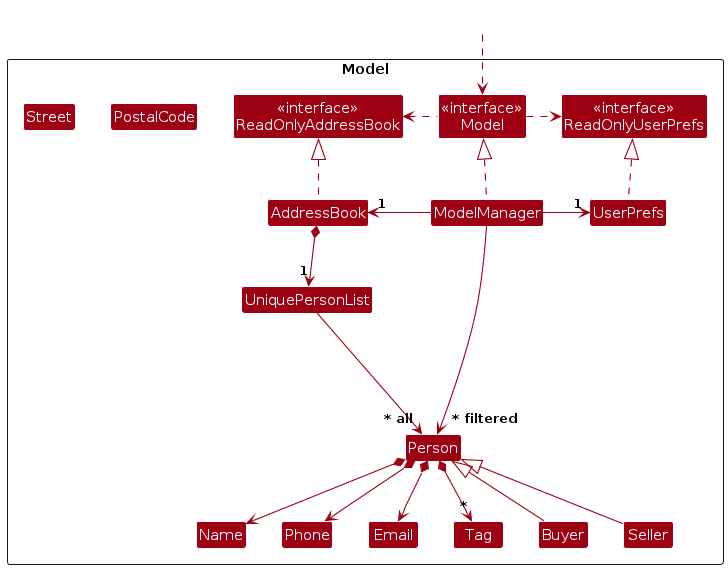
Above: diagrams/ModelClassDiagram.png in felixchanyy/tp (PlantUML), before the change. Its source is kept beside it as diagrams/ModelClassDiagram.puml. Source of this version:
```plantuml
@startuml
!include style.puml
skinparam arrowThickness 1.1
skinparam arrowColor MODEL_COLOR
skinparam classBackgroundColor MODEL_COLOR

Package Model as ModelPackage <<Rectangle>>{
Class "<<interface>>\nReadOnlyAddressBook" as ReadOnlyAddressBook
Class "<<interface>>\nReadOnlyUserPrefs" as ReadOnlyUserPrefs
Class "<<interface>>\nModel" as Model
Class AddressBook
Class ModelManager
Class UserPrefs

Class UniquePersonList
Class Person
Class Email
Class Name
Class Phone
Class Tag
Class PostalCode
Class Street
Class Buyer extends Person
Class Seller extends Person

Class I #FFFFFF
}

Class HiddenOutside #FFFFFF
HiddenOutside ..> Model

AddressBook .up.|> ReadOnlyAddressBook

ModelManager .up.|> Model
Model .right.> ReadOnlyUserPrefs
Model .left.> ReadOnlyAddressBook
ModelManager -left-> "1" AddressBook
ModelManager -right-> "1" UserPrefs
UserPrefs .up.|> ReadOnlyUserPrefs

AddressBook *--> "1" UniquePersonList
UniquePersonList --> "~* all" Person
Person *--> Name
Person *--> Phone
Person *--> Email
Person *--> "*" Tag

Person -[hidden]up--> I
UniquePersonList -[hidden]right-> I

Name -[hidden]right-> Phone

ModelManager --> "~* filtered" Person
@enduml
```
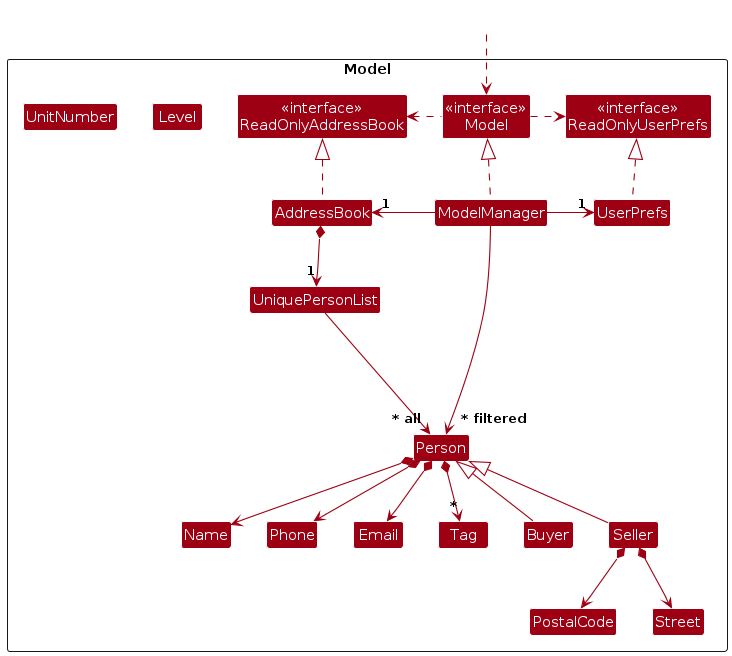
The same file after the commit.

The edit, as a diff of the source:
```diff
@@ -20,6 +20,8 @@
 Class Tag
 Class PostalCode
 Class Street
+Class Level
+Class UnitNumber
 Class Buyer extends Person
 Class Seller extends Person
 
@@ -45,6 +47,9 @@
 Person *--> Email
 Person *--> "*" Tag
 
+Seller *--> PostalCode
+Seller *--> Street
+
 Person -[hidden]up--> I
 UniquePersonList -[hidden]right-> I
 
```
